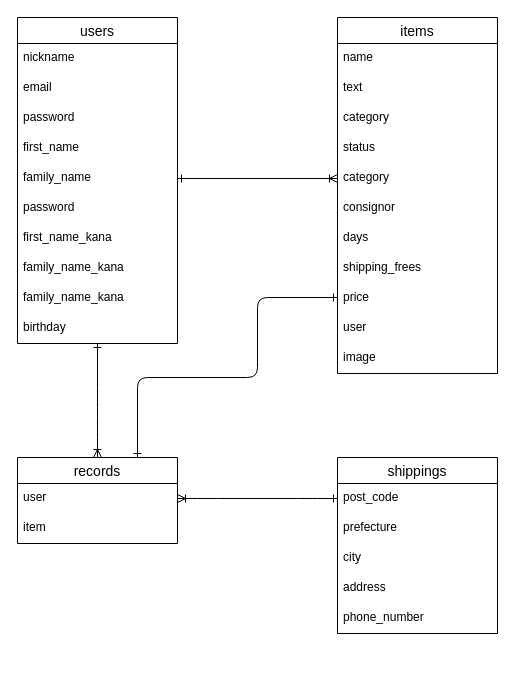
kohohsuke/furima-35532 keeps this draw.io diagram as db.dio. Above is the earlier version. Source tidied: cells renumbered, new cells numbered last; positions are measured from the earlier drawing's top-left corner, leaving out a move shared by most shapes. Both pictures are drawn from the tidied source at 100%, with x=0, y=0 at pixel (17, 17).
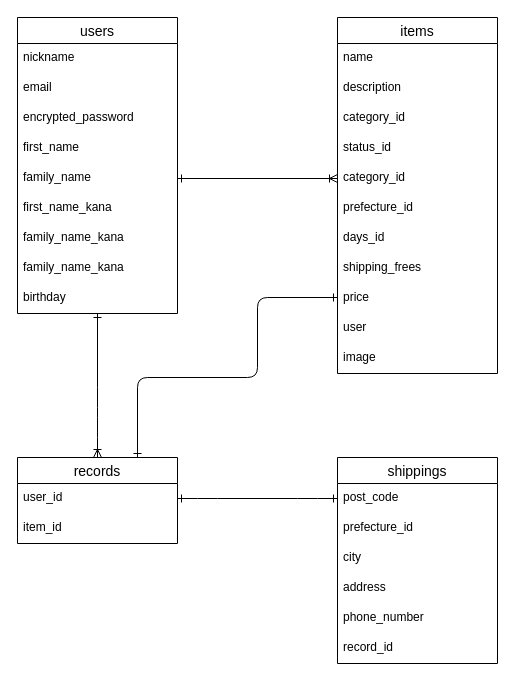
The same diagram, later.

Commit message (it also covers changes not shown here):
ER図とREADMEの修正

The change refers to these unchanged cells:
```xml
<mxCell id="13" value="items" style="swimlane;fontStyle=0;horizontal=1;startSize=26;align=center;fontSize=14;" parent="1" vertex="1">
  <mxGeometry x="320" width="160" height="356" as="geometry" />
</mxCell>
<mxCell id="25" value="records" style="swimlane;fontStyle=0;horizontal=1;startSize=26;align=center;fontSize=14;" parent="1" vertex="1">
  <mxGeometry y="440" width="160" height="86" as="geometry" />
</mxCell>
<mxCell id="29" value="post_code" style="text;strokeColor=none;fillColor=none;spacingLeft=4;spacingRight=4;overflow=hidden;points=[[0,0.5],[1,0.5]];portConstraint=eastwest;fontSize=12;" parent="28" vertex="1">
  <mxGeometry y="26" width="160" height="30" as="geometry" />
</mxCell>
```

Change to the diagram source:
```diff
@@
     <mxCell id="2" value="users" style="swimlane;fontStyle=0;horizontal=1;startSize=26;align=center;fontSize=14;" parent="1" vertex="1">
-      <mxGeometry width="160" height="326" as="geometry" />
+      <mxGeometry width="160" height="296" as="geometry" />
     </mxCell>
@@
-    <mxCell id="5" value="password" style="text;strokeColor=none;fillColor=none;spacingLeft=4;spacingRight=4;overflow=hidden;fontSize=12;" parent="2" vertex="1">
+    <mxCell id="5" value="encrypted_password" style="text;strokeColor=none;fillColor=none;spacingLeft=4;spacingRight=4;overflow=hidden;fontSize=12;" parent="2" vertex="1">
       <mxGeometry y="86" width="160" height="30" as="geometry" />
     </mxCell>
@@
-    <mxCell id="8" value="password" style="text;strokeColor=none;fillColor=none;spacingLeft=4;spacingRight=4;overflow=hidden;fontSize=12;" parent="2" vertex="1">
-      <mxGeometry y="176" width="160" height="30" as="geometry" />
-    </mxCell>
     <mxCell id="9" value="first_name_kana" style="text;strokeColor=none;fillColor=none;spacingLeft=4;spacingRight=4;overflow=hidden;fontSize=12;" parent="2" vertex="1">
-      <mxGeometry y="206" width="160" height="30" as="geometry" />
+      <mxGeometry y="176" width="160" height="30" as="geometry" />
     </mxCell>
     <mxCell id="10" value="family_name_kana" style="text;strokeColor=none;fillColor=none;spacingLeft=4;spacingRight=4;overflow=hidden;fontSize=12;" parent="2" vertex="1">
-      <mxGeometry y="236" width="160" height="30" as="geometry" />
+      <mxGeometry y="206" width="160" height="30" as="geometry" />
     </mxCell>
     <mxCell id="11" value="family_name_kana" style="text;strokeColor=none;fillColor=none;spacingLeft=4;spacingRight=4;overflow=hidden;fontSize=12;" parent="2" vertex="1">
-      <mxGeometry y="266" width="160" height="30" as="geometry" />
+      <mxGeometry y="236" width="160" height="30" as="geometry" />
     </mxCell>
     <mxCell id="12" value="birthday" style="text;strokeColor=none;fillColor=none;spacingLeft=4;spacingRight=4;overflow=hidden;points=[[0,0.5],[1,0.5]];portConstraint=eastwest;fontSize=12;" parent="2" vertex="1">
-      <mxGeometry y="296" width="160" height="30" as="geometry" />
+      <mxGeometry y="266" width="160" height="30" as="geometry" />
     </mxCell>
@@
-    <mxCell id="15" value="text" style="text;strokeColor=none;fillColor=none;spacingLeft=4;spacingRight=4;overflow=hidden;fontSize=12;" parent="13" vertex="1">
+    <mxCell id="15" value="description" style="text;strokeColor=none;fillColor=none;spacingLeft=4;spacingRight=4;overflow=hidden;fontSize=12;html=1;" parent="13" vertex="1">
       <mxGeometry y="56" width="160" height="30" as="geometry" />
     </mxCell>
-    <mxCell id="16" value="category" style="text;strokeColor=none;fillColor=none;spacingLeft=4;spacingRight=4;overflow=hidden;fontSize=12;" parent="13" vertex="1">
+    <mxCell id="16" value="category_id" style="text;strokeColor=none;fillColor=none;spacingLeft=4;spacingRight=4;overflow=hidden;fontSize=12;" parent="13" vertex="1">
       <mxGeometry y="86" width="160" height="30" as="geometry" />
     </mxCell>
-    <mxCell id="17" value="status" style="text;strokeColor=none;fillColor=none;spacingLeft=4;spacingRight=4;overflow=hidden;fontSize=12;" parent="13" vertex="1">
+    <mxCell id="17" value="status_id" style="text;strokeColor=none;fillColor=none;spacingLeft=4;spacingRight=4;overflow=hidden;fontSize=12;" parent="13" vertex="1">
       <mxGeometry y="116" width="160" height="30" as="geometry" />
     </mxCell>
-    <mxCell id="18" value="category" style="text;strokeColor=none;fillColor=none;spacingLeft=4;spacingRight=4;overflow=hidden;points=[[0,0.5],[1,0.5]];portConstraint=eastwest;fontSize=12;" parent="13" vertex="1">
+    <mxCell id="18" value="category_id" style="text;strokeColor=none;fillColor=none;spacingLeft=4;spacingRight=4;overflow=hidden;points=[[0,0.5],[1,0.5]];portConstraint=eastwest;fontSize=12;" parent="13" vertex="1">
       <mxGeometry y="146" width="160" height="30" as="geometry" />
     </mxCell>
-    <mxCell id="19" value="consignor" style="text;strokeColor=none;fillColor=none;spacingLeft=4;spacingRight=4;overflow=hidden;fontSize=12;" parent="13" vertex="1">
+    <mxCell id="19" value="prefecture_id" style="text;strokeColor=none;fillColor=none;spacingLeft=4;spacingRight=4;overflow=hidden;fontSize=12;" parent="13" vertex="1">
       <mxGeometry y="176" width="160" height="30" as="geometry" />
     </mxCell>
-    <mxCell id="20" value="days" style="text;strokeColor=none;fillColor=none;spacingLeft=4;spacingRight=4;overflow=hidden;fontSize=12;" parent="13" vertex="1">
+    <mxCell id="20" value="days_id" style="text;strokeColor=none;fillColor=none;spacingLeft=4;spacingRight=4;overflow=hidden;fontSize=12;" parent="13" vertex="1">
       <mxGeometry y="206" width="160" height="30" as="geometry" />
     </mxCell>
@@
-    <mxCell id="26" value="user" style="text;strokeColor=none;fillColor=none;spacingLeft=4;spacingRight=4;overflow=hidden;points=[[0,0.5],[1,0.5]];portConstraint=eastwest;fontSize=12;" parent="25" vertex="1">
+    <mxCell id="26" value="user_id" style="text;strokeColor=none;fillColor=none;spacingLeft=4;spacingRight=4;overflow=hidden;points=[[0,0.5],[1,0.5]];portConstraint=eastwest;fontSize=12;" parent="25" vertex="1">
       <mxGeometry y="26" width="160" height="30" as="geometry" />
     </mxCell>
-    <mxCell id="27" value="item" style="text;strokeColor=none;fillColor=none;spacingLeft=4;spacingRight=4;overflow=hidden;fontSize=12;" parent="25" vertex="1">
+    <mxCell id="27" value="item_id" style="text;strokeColor=none;fillColor=none;spacingLeft=4;spacingRight=4;overflow=hidden;fontSize=12;" parent="25" vertex="1">
       <mxGeometry y="56" width="160" height="30" as="geometry" />
     </mxCell>
     <mxCell id="28" value="shippings" style="swimlane;fontStyle=0;horizontal=1;startSize=26;align=center;fontSize=14;" parent="1" vertex="1">
-      <mxGeometry x="320" y="440" width="160" height="176" as="geometry" />
+      <mxGeometry x="320" y="440" width="160" height="206" as="geometry" />
     </mxCell>
@@
-    <mxCell id="30" value="prefecture" style="text;strokeColor=none;fillColor=none;spacingLeft=4;spacingRight=4;overflow=hidden;fontSize=12;" parent="28" vertex="1">
+    <mxCell id="30" value="prefecture_id" style="text;strokeColor=none;fillColor=none;spacingLeft=4;spacingRight=4;overflow=hidden;fontSize=12;" parent="28" vertex="1">
       <mxGeometry y="56" width="160" height="30" as="geometry" />
     </mxCell>
@@
+    <mxCell id="38" value="record_id" style="text;strokeColor=none;fillColor=none;spacingLeft=4;spacingRight=4;overflow=hidden;fontSize=12;" parent="28" vertex="1">
+      <mxGeometry y="176" width="160" height="30" as="geometry" />
+    </mxCell>
@@
-    <mxCell id="37" style="edgeStyle=entityRelationEdgeStyle;fontSize=12;html=1;endArrow=ERone;startArrow=ERoneToMany;startFill=0;endFill=0;exitX=1;exitY=0.5;exitDx=0;exitDy=0;entryX=0;entryY=0.5;entryDx=0;entryDy=0;" parent="1" edge="1" source="26" target="29">
+    <mxCell id="37" style="edgeStyle=entityRelationEdgeStyle;fontSize=12;html=1;endArrow=ERone;startArrow=ERone;startFill=0;endFill=0;exitX=1;exitY=0.5;exitDx=0;exitDy=0;entryX=0;entryY=0.5;entryDx=0;entryDy=0;" parent="1" edge="1" source="26" target="29">
       <mxGeometry relative="1" as="geometry" />
     </mxCell>
```
